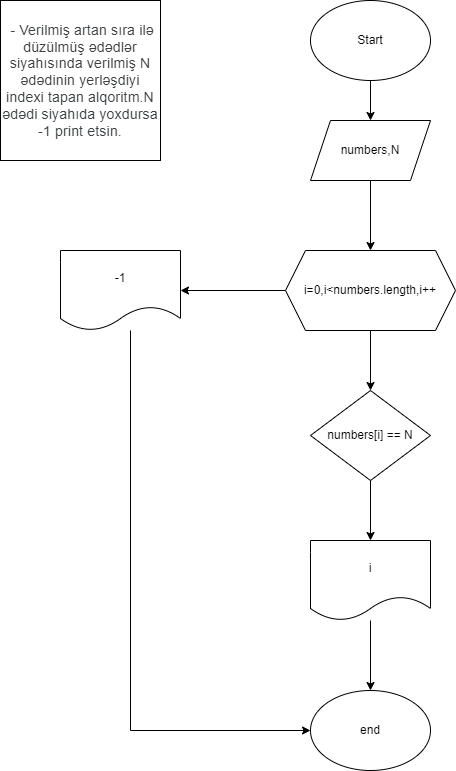
This is 25.1.2023/task1.png from VDadashov/Tasks, a draw.io export, as it was before one commit. Source tidied: cells renumbered, new cells last; positions are measured from the earlier drawing's top-left corner, leaving out a move shared by most shapes. Its diagram source:
```xml
<mxGraphModel>
  <root>
    <mxCell id="0" />
    <mxCell id="1" parent="0" />
    <mxCell id="2" style="edgeStyle=orthogonalEdgeStyle;rounded=0;jettySize=auto;html=1;" parent="1" edge="1" source="3" target="6">
      <mxGeometry relative="1" as="geometry" />
    </mxCell>
    <mxCell id="3" value="Start" style="ellipse;whiteSpace=wrap;html=1;" parent="1" vertex="1">
      <mxGeometry x="310" width="120" height="80" as="geometry" />
    </mxCell>
    <mxCell id="4" value="&lt;span style=&quot;color: rgb(60, 64, 67); font-family: Roboto, Arial, sans-serif; font-size: 14px; letter-spacing: 0.2px; text-align: start;&quot;&gt;&amp;nbsp;- Verilmiş artan sıra ilə düzülmüş ədədlər siyahısında verilmiş N ədədinin yerləşdiyi indexi tapan alqoritm.N ədədi siyahıda yoxdursa -1 print etsin.&lt;/span&gt;" style="whiteSpace=wrap;html=1;" parent="1" vertex="1">
      <mxGeometry width="160" height="160" as="geometry" />
    </mxCell>
    <mxCell id="5" style="edgeStyle=orthogonalEdgeStyle;rounded=0;jettySize=auto;html=1;" parent="1" edge="1" source="6" target="9">
      <mxGeometry relative="1" as="geometry" />
    </mxCell>
    <mxCell id="6" value="numbers,N" style="shape=parallelogram;perimeter=parallelogramPerimeter;whiteSpace=wrap;html=1;fixedSize=1;" parent="1" vertex="1">
      <mxGeometry x="310" y="120" width="120" height="60" as="geometry" />
    </mxCell>
    <mxCell id="7" style="edgeStyle=orthogonalEdgeStyle;rounded=0;jettySize=auto;html=1;" parent="1" edge="1" source="9" target="11">
      <mxGeometry relative="1" as="geometry" />
    </mxCell>
    <mxCell id="8" style="edgeStyle=orthogonalEdgeStyle;rounded=0;jettySize=auto;html=1;" parent="1" edge="1" source="9" target="16">
      <mxGeometry relative="1" as="geometry" />
    </mxCell>
    <mxCell id="9" value="i=0,i&amp;lt;numbers.length,i++" style="shape=hexagon;perimeter=hexagonPerimeter2;whiteSpace=wrap;html=1;fixedSize=1;" parent="1" vertex="1">
      <mxGeometry x="285" y="250" width="170" height="80" as="geometry" />
    </mxCell>
    <mxCell id="10" style="edgeStyle=orthogonalEdgeStyle;rounded=0;jettySize=auto;html=1;" parent="1" edge="1" source="11" target="13">
      <mxGeometry relative="1" as="geometry" />
    </mxCell>
    <mxCell id="11" value="numbers[i] == N" style="rhombus;whiteSpace=wrap;html=1;" parent="1" vertex="1">
      <mxGeometry x="310" y="390" width="120" height="90" as="geometry" />
    </mxCell>
    <mxCell id="12" style="edgeStyle=orthogonalEdgeStyle;rounded=0;jettySize=auto;html=1;" parent="1" edge="1" source="13" target="14">
      <mxGeometry relative="1" as="geometry" />
    </mxCell>
    <mxCell id="13" value="i" style="shape=document;whiteSpace=wrap;html=1;boundedLbl=1;" parent="1" vertex="1">
      <mxGeometry x="310" y="540" width="120" height="80" as="geometry" />
    </mxCell>
    <mxCell id="14" value="end" style="ellipse;whiteSpace=wrap;html=1;" parent="1" vertex="1">
      <mxGeometry x="310" y="690" width="120" height="80" as="geometry" />
    </mxCell>
    <mxCell id="15" style="edgeStyle=orthogonalEdgeStyle;rounded=0;jettySize=auto;html=1;entryX=0;entryY=0.5;entryDx=0;entryDy=0;" parent="1" edge="1" source="16" target="14">
      <mxGeometry relative="1" as="geometry">
        <Array as="points">
          <mxPoint x="130" y="730" />
        </Array>
      </mxGeometry>
    </mxCell>
    <mxCell id="16" value="-1" style="shape=document;whiteSpace=wrap;html=1;boundedLbl=1;" parent="1" vertex="1">
      <mxGeometry x="60" y="250" width="120" height="80" as="geometry" />
    </mxCell>
  </root>
</mxGraphModel>
```
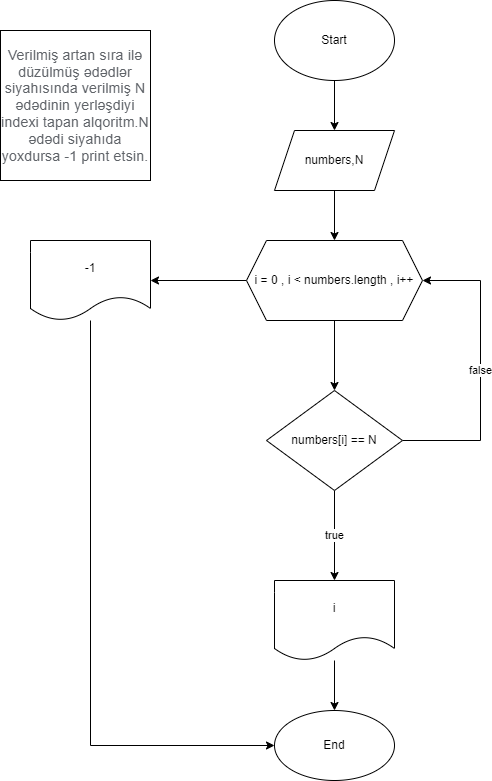
The same file after the commit.

Change to the diagram source:
```diff
@@ -6,50 +6,58 @@
       <mxGeometry relative="1" as="geometry" />
     </mxCell>
     <mxCell id="3" value="Start" style="ellipse;whiteSpace=wrap;html=1;" parent="1" vertex="1">
-      <mxGeometry x="310" width="120" height="80" as="geometry" />
+      <mxGeometry x="304" y="10" width="120" height="80" as="geometry" />
     </mxCell>
-    <mxCell id="4" value="&lt;span style=&quot;color: rgb(60, 64, 67); font-family: Roboto, Arial, sans-serif; font-size: 14px; letter-spacing: 0.2px; text-align: start;&quot;&gt;&amp;nbsp;- Verilmiş artan sıra ilə düzülmüş ədədlər siyahısında verilmiş N ədədinin yerləşdiyi indexi tapan alqoritm.N ədədi siyahıda yoxdursa -1 print etsin.&lt;/span&gt;" style="whiteSpace=wrap;html=1;" parent="1" vertex="1">
-      <mxGeometry width="160" height="160" as="geometry" />
-    </mxCell>
-    <mxCell id="5" style="edgeStyle=orthogonalEdgeStyle;rounded=0;jettySize=auto;html=1;" parent="1" edge="1" source="6" target="9">
-      <mxGeometry relative="1" as="geometry" />
-    </mxCell>
+    <mxCell id="17" value="&lt;span style=&quot;color: rgb(95, 99, 104); font-family: Roboto, Helvetica, Arial, sans-serif; font-size: 14px; letter-spacing: 0.2px; text-align: start; background-color: rgb(255, 255, 255);&quot;&gt;Verilmiş artan sıra ilə düzülmüş ədədlər siyahısında verilmiş N ədədinin yerləşdiyi indexi tapan alqoritm.N ədədi siyahıda yoxdursa -1 print etsin.&lt;/span&gt;" style="whiteSpace=wrap;html=1;" parent="1" vertex="1">
+      <mxGeometry x="30" y="40" width="150" height="150" as="geometry" />
+    </mxCell>
+    <mxCell id="18" style="edgeStyle=orthogonalEdgeStyle;rounded=0;jettySize=auto;html=1;" parent="1" edge="1" source="6" target="21">
+      <mxGeometry relative="1" as="geometry" />
+    </mxCell>
     <mxCell id="6" value="numbers,N" style="shape=parallelogram;perimeter=parallelogramPerimeter;whiteSpace=wrap;html=1;fixedSize=1;" parent="1" vertex="1">
-      <mxGeometry x="310" y="120" width="120" height="60" as="geometry" />
+      <mxGeometry x="304" y="140" width="120" height="60" as="geometry" />
     </mxCell>
-    <mxCell id="7" style="edgeStyle=orthogonalEdgeStyle;rounded=0;jettySize=auto;html=1;" parent="1" edge="1" source="9" target="11">
-      <mxGeometry relative="1" as="geometry" />
-    </mxCell>
-    <mxCell id="8" style="edgeStyle=orthogonalEdgeStyle;rounded=0;jettySize=auto;html=1;" parent="1" edge="1" source="9" target="16">
-      <mxGeometry relative="1" as="geometry" />
-    </mxCell>
-    <mxCell id="9" value="i=0,i&amp;lt;numbers.length,i++" style="shape=hexagon;perimeter=hexagonPerimeter2;whiteSpace=wrap;html=1;fixedSize=1;" parent="1" vertex="1">
-      <mxGeometry x="285" y="250" width="170" height="80" as="geometry" />
-    </mxCell>
+    <mxCell id="19" style="edgeStyle=orthogonalEdgeStyle;rounded=0;jettySize=auto;html=1;" parent="1" edge="1" source="21" target="11">
+      <mxGeometry relative="1" as="geometry" />
+    </mxCell>
+    <mxCell id="20" style="edgeStyle=orthogonalEdgeStyle;rounded=0;jettySize=auto;html=1;" parent="1" edge="1" source="21" target="16">
+      <mxGeometry relative="1" as="geometry" />
+    </mxCell>
+    <mxCell id="21" value="i = 0 , i &amp;lt; numbers.length , i++" style="shape=hexagon;perimeter=hexagonPerimeter2;whiteSpace=wrap;html=1;fixedSize=1;" parent="1" vertex="1">
+      <mxGeometry x="276" y="250" width="176" height="80" as="geometry" />
+    </mxCell>
+    <mxCell id="22" style="edgeStyle=orthogonalEdgeStyle;rounded=0;jettySize=auto;html=1;entryX=0;entryY=0.5;entryDx=0;entryDy=0;" parent="1" edge="1" source="16" target="25">
+      <mxGeometry relative="1" as="geometry">
+        <Array as="points">
+          <mxPoint x="120" y="755" />
+        </Array>
+      </mxGeometry>
+    </mxCell>
+    <mxCell id="16" value="-1" style="shape=document;whiteSpace=wrap;html=1;boundedLbl=1;" parent="1" vertex="1">
+      <mxGeometry x="60" y="250" width="120" height="80" as="geometry" />
+    </mxCell>
-    <mxCell id="10" style="edgeStyle=orthogonalEdgeStyle;rounded=0;jettySize=auto;html=1;" parent="1" edge="1" source="11" target="13">
+    <mxCell id="10" value="true" style="edgeStyle=orthogonalEdgeStyle;rounded=0;jettySize=auto;html=1;" parent="1" edge="1" source="11" target="13">
       <mxGeometry relative="1" as="geometry" />
     </mxCell>
+    <mxCell id="23" value="false" style="edgeStyle=orthogonalEdgeStyle;rounded=0;jettySize=auto;html=1;entryX=1;entryY=0.5;entryDx=0;entryDy=0;" parent="1" edge="1" source="11" target="21">
+      <mxGeometry relative="1" as="geometry">
+        <Array as="points">
+          <mxPoint x="510" y="450" />
+          <mxPoint x="510" y="290" />
+        </Array>
+      </mxGeometry>
+    </mxCell>
     <mxCell id="11" value="numbers[i] == N" style="rhombus;whiteSpace=wrap;html=1;" parent="1" vertex="1">
-      <mxGeometry x="310" y="390" width="120" height="90" as="geometry" />
+      <mxGeometry x="296" y="400" width="136" height="100" as="geometry" />
     </mxCell>
-    <mxCell id="12" style="edgeStyle=orthogonalEdgeStyle;rounded=0;jettySize=auto;html=1;" parent="1" edge="1" source="13" target="14">
-      <mxGeometry relative="1" as="geometry" />
-    </mxCell>
+    <mxCell id="24" style="edgeStyle=orthogonalEdgeStyle;rounded=0;jettySize=auto;html=1;" parent="1" edge="1" source="13" target="25">
+      <mxGeometry relative="1" as="geometry" />
+    </mxCell>
     <mxCell id="13" value="i" style="shape=document;whiteSpace=wrap;html=1;boundedLbl=1;" parent="1" vertex="1">
-      <mxGeometry x="310" y="540" width="120" height="80" as="geometry" />
+      <mxGeometry x="304" y="590" width="120" height="80" as="geometry" />
     </mxCell>
-    <mxCell id="14" value="end" style="ellipse;whiteSpace=wrap;html=1;" parent="1" vertex="1">
-      <mxGeometry x="310" y="690" width="120" height="80" as="geometry" />
-    </mxCell>
-    <mxCell id="15" style="edgeStyle=orthogonalEdgeStyle;rounded=0;jettySize=auto;html=1;entryX=0;entryY=0.5;entryDx=0;entryDy=0;" parent="1" edge="1" source="16" target="14">
-      <mxGeometry relative="1" as="geometry">
-        <Array as="points">
-          <mxPoint x="130" y="730" />
-        </Array>
-      </mxGeometry>
-    </mxCell>
-    <mxCell id="16" value="-1" style="shape=document;whiteSpace=wrap;html=1;boundedLbl=1;" parent="1" vertex="1">
-      <mxGeometry x="60" y="250" width="120" height="80" as="geometry" />
-    </mxCell>
+    <mxCell id="25" value="End" style="ellipse;whiteSpace=wrap;html=1;" parent="1" vertex="1">
+      <mxGeometry x="304" y="720" width="120" height="70" as="geometry" />
+    </mxCell>
   </root>
 </mxGraphModel>
```
